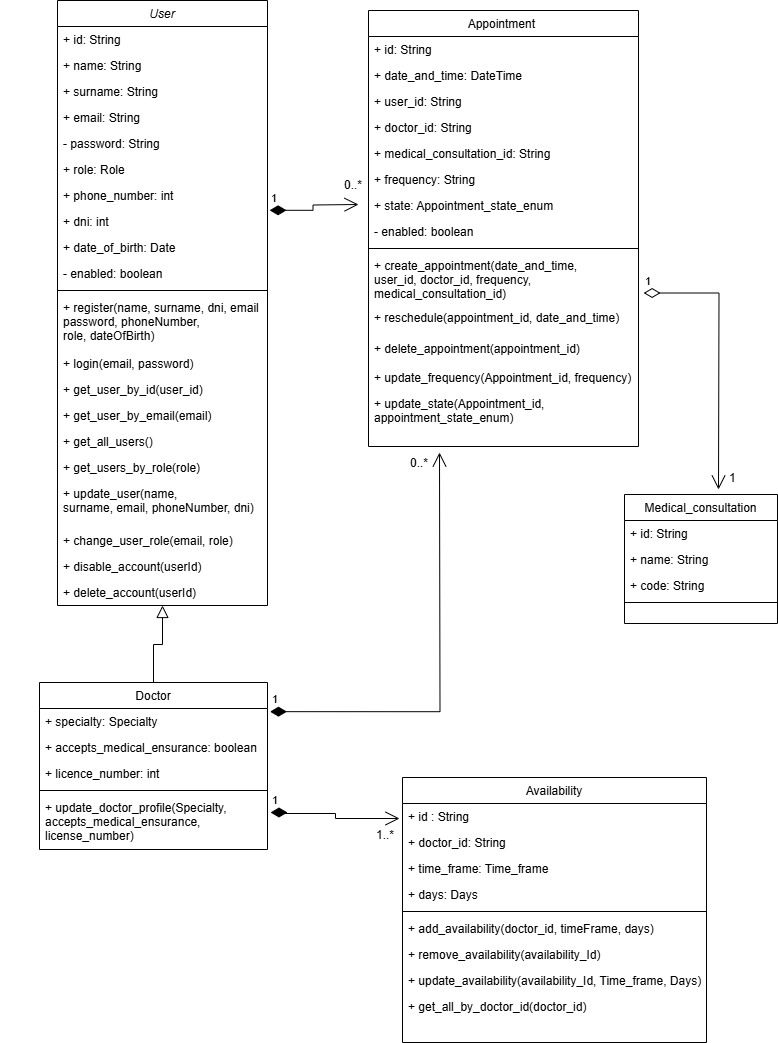
B-No-es-un-Numero/WappTurno-2doSemestre-2025 keeps this draw.io diagram as documents/Sprint2/Wappturno_Sprint2_DiagramaClases.drawio.png. Above is the earlier version. Source tidied: cells renumbered, new cells last; positions are measured from the earlier drawing's top-left corner, leaving out a move shared by most shapes.
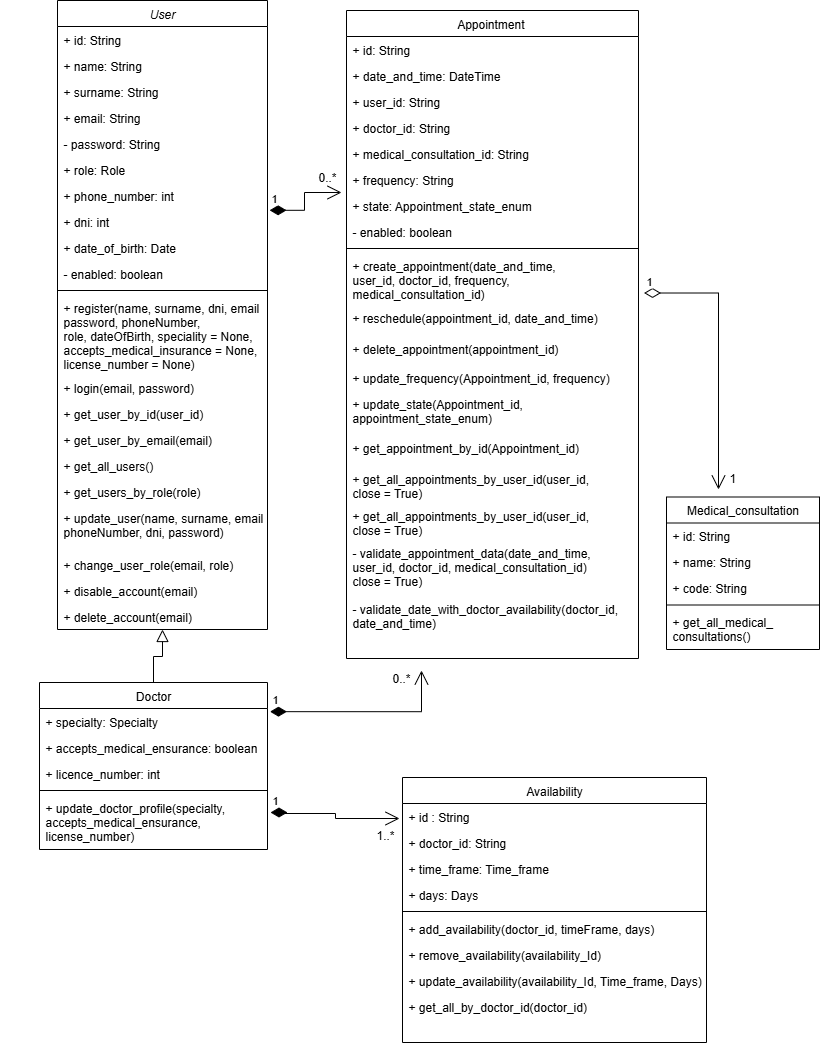
Above is the later version.

Commit message:
docs(DER, Class diagram, IEEE830)/32- updated docs for mvp

The edit, as a diff of the source:
```diff
@@ -3,7 +3,7 @@
     <mxCell id="0" />
     <mxCell id="1" parent="0" />
     <mxCell id="2" value="User" style="swimlane;fontStyle=2;align=center;verticalAlign=top;horizontal=1;startSize=26;rounded=0;shadow=0;strokeWidth=1;" parent="1" vertex="1">
-      <mxGeometry x="57" width="210" height="605" as="geometry" />
+      <mxGeometry x="57" width="210" height="629" as="geometry" />
     </mxCell>
     <mxCell id="3" value="+ id: String" style="text;align=left;verticalAlign=top;spacingLeft=4;spacingRight=4;overflow=hidden;" parent="2" vertex="1">
       <mxGeometry y="26" width="210" height="26" as="geometry" />
@@ -38,35 +38,35 @@
     <mxCell id="13" style="line;html=1;strokeWidth=1;align=left;verticalAlign=middle;spacingTop=-1;spacingLeft=3;spacingRight=3;labelPosition=right;" parent="2" vertex="1">
       <mxGeometry y="286" width="210" height="8" as="geometry" />
     </mxCell>
-    <mxCell id="14" value="+ register(name, surname, dni, email&#10;password, phoneNumber,&#10;role, dateOfBirth)&#10;" style="text;align=left;verticalAlign=top;spacingLeft=4;spacingRight=4;overflow=hidden;rounded=0;shadow=0;html=0;" parent="2" vertex="1">
-      <mxGeometry y="294" width="210" height="56" as="geometry" />
+    <mxCell id="14" value="+ register(name, surname, dni, email&#10;password, phoneNumber,&#10;role, dateOfBirth, speciality = None,&#10;accepts_medical_insurance = None, &#10;license_number = None)&#10;" style="text;align=left;verticalAlign=top;spacingLeft=4;spacingRight=4;overflow=hidden;rounded=0;shadow=0;html=0;" parent="2" vertex="1">
+      <mxGeometry y="294" width="210" height="80" as="geometry" />
     </mxCell>
     <mxCell id="15" value="+ login(email, password)&#10;" style="text;align=left;verticalAlign=top;spacingLeft=4;spacingRight=4;overflow=hidden;rounded=0;shadow=0;html=0;" parent="2" vertex="1">
-      <mxGeometry y="350" width="210" height="26" as="geometry" />
+      <mxGeometry y="374" width="210" height="26" as="geometry" />
     </mxCell>
     <mxCell id="16" value="+ get_user_by_id(user_id)" style="text;align=left;verticalAlign=top;spacingLeft=4;spacingRight=4;overflow=hidden;rounded=0;shadow=0;html=0;" parent="2" vertex="1">
-      <mxGeometry y="376" width="210" height="26" as="geometry" />
+      <mxGeometry y="400" width="210" height="26" as="geometry" />
     </mxCell>
     <mxCell id="17" value="+ get_user_by_email(email)" style="text;align=left;verticalAlign=top;spacingLeft=4;spacingRight=4;overflow=hidden;rounded=0;shadow=0;html=0;" parent="2" vertex="1">
-      <mxGeometry y="402" width="210" height="26" as="geometry" />
+      <mxGeometry y="426" width="210" height="26" as="geometry" />
     </mxCell>
     <mxCell id="18" value="+ get_all_users()" style="text;align=left;verticalAlign=top;spacingLeft=4;spacingRight=4;overflow=hidden;rounded=0;shadow=0;html=0;" parent="2" vertex="1">
-      <mxGeometry y="428" width="210" height="26" as="geometry" />
+      <mxGeometry y="452" width="210" height="26" as="geometry" />
     </mxCell>
     <mxCell id="19" value="+ get_users_by_role(role)" style="text;align=left;verticalAlign=top;spacingLeft=4;spacingRight=4;overflow=hidden;rounded=0;shadow=0;html=0;" parent="2" vertex="1">
-      <mxGeometry y="454" width="210" height="26" as="geometry" />
+      <mxGeometry y="478" width="210" height="26" as="geometry" />
     </mxCell>
-    <mxCell id="20" value="+ update_user(name, &#10;surname, email, phoneNumber, dni)" style="text;align=left;verticalAlign=top;spacingLeft=4;spacingRight=4;overflow=hidden;rounded=0;shadow=0;html=0;" parent="2" vertex="1">
-      <mxGeometry y="480" width="210" height="47" as="geometry" />
+    <mxCell id="20" value="+ update_user(name, surname, email,&#10;phoneNumber, dni, password)" style="text;align=left;verticalAlign=top;spacingLeft=4;spacingRight=4;overflow=hidden;rounded=0;shadow=0;html=0;" parent="2" vertex="1">
+      <mxGeometry y="504" width="210" height="47" as="geometry" />
     </mxCell>
     <mxCell id="21" value="+ change_user_role(email, role)" style="text;align=left;verticalAlign=top;spacingLeft=4;spacingRight=4;overflow=hidden;rounded=0;shadow=0;html=0;" parent="2" vertex="1">
-      <mxGeometry y="527" width="210" height="26" as="geometry" />
+      <mxGeometry y="551" width="210" height="26" as="geometry" />
     </mxCell>
-    <mxCell id="22" value="+ disable_account(userId)&#10;" style="text;align=left;verticalAlign=top;spacingLeft=4;spacingRight=4;overflow=hidden;rounded=0;shadow=0;html=0;" parent="2" vertex="1">
-      <mxGeometry y="553" width="210" height="26" as="geometry" />
+    <mxCell id="22" value="+ disable_account(email)&#10;" style="text;align=left;verticalAlign=top;spacingLeft=4;spacingRight=4;overflow=hidden;rounded=0;shadow=0;html=0;" parent="2" vertex="1">
+      <mxGeometry y="577" width="210" height="26" as="geometry" />
     </mxCell>
-    <mxCell id="23" value="+ delete_account(userId)&#10;" style="text;align=left;verticalAlign=top;spacingLeft=4;spacingRight=4;overflow=hidden;rounded=0;shadow=0;html=0;" parent="2" vertex="1">
-      <mxGeometry y="579" width="210" height="26" as="geometry" />
+    <mxCell id="23" value="+ delete_account(email)&#10;" style="text;align=left;verticalAlign=top;spacingLeft=4;spacingRight=4;overflow=hidden;rounded=0;shadow=0;html=0;" parent="2" vertex="1">
+      <mxGeometry y="603" width="210" height="26" as="geometry" />
     </mxCell>
     <mxCell id="24" value="Doctor" style="swimlane;fontStyle=0;align=center;verticalAlign=top;horizontal=1;startSize=26;rounded=0;shadow=0;strokeWidth=1;" parent="1" vertex="1">
       <mxGeometry x="39" y="682" width="228" height="167" as="geometry" />
@@ -83,59 +83,74 @@
     <mxCell id="28" style="line;html=1;strokeWidth=1;align=left;verticalAlign=middle;spacingTop=-1;spacingLeft=3;spacingRight=3;labelPosition=right;" parent="24" vertex="1">
       <mxGeometry y="104" width="228" height="8" as="geometry" />
     </mxCell>
-    <mxCell id="29" value="+ update_doctor_profile(Specialty, &#10;accepts_medical_ensurance,&#10;license_number)" style="text;align=left;verticalAlign=top;spacingLeft=4;spacingRight=4;overflow=hidden;rounded=0;shadow=0;html=0;" parent="24" vertex="1">
+    <mxCell id="29" value="+ update_doctor_profile(specialty, &#10;accepts_medical_ensurance,&#10;license_number)" style="text;align=left;verticalAlign=top;spacingLeft=4;spacingRight=4;overflow=hidden;rounded=0;shadow=0;html=0;" parent="24" vertex="1">
       <mxGeometry y="112" width="228" height="55" as="geometry" />
     </mxCell>
     <mxCell id="30" style="endArrow=block;endSize=10;endFill=0;shadow=0;strokeWidth=1;rounded=0;curved=0;edgeStyle=elbowEdgeStyle;elbow=vertical;" parent="1" edge="1" source="24" target="2">
       <mxGeometry relative="1" as="geometry" />
     </mxCell>
     <mxCell id="31" value="Appointment " style="swimlane;fontStyle=0;align=center;verticalAlign=top;horizontal=1;startSize=26;rounded=0;shadow=0;strokeWidth=1;" parent="1" vertex="1">
-      <mxGeometry x="368" y="10" width="270" height="436" as="geometry" />
+      <mxGeometry x="346" y="10" width="292" height="648" as="geometry" />
     </mxCell>
     <mxCell id="32" value="+ id: String" style="text;align=left;verticalAlign=top;spacingLeft=4;spacingRight=4;overflow=hidden;" parent="31" vertex="1">
-      <mxGeometry y="26" width="270" height="26" as="geometry" />
+      <mxGeometry y="26" width="292" height="26" as="geometry" />
     </mxCell>
     <mxCell id="33" value="+ date_and_time: DateTime" style="text;align=left;verticalAlign=top;spacingLeft=4;spacingRight=4;overflow=hidden;" parent="31" vertex="1">
-      <mxGeometry y="52" width="270" height="26" as="geometry" />
+      <mxGeometry y="52" width="292" height="26" as="geometry" />
     </mxCell>
     <mxCell id="34" value="+ user_id: String" style="text;align=left;verticalAlign=top;spacingLeft=4;spacingRight=4;overflow=hidden;rounded=0;shadow=0;html=0;" parent="31" vertex="1">
-      <mxGeometry y="78" width="270" height="26" as="geometry" />
+      <mxGeometry y="78" width="292" height="26" as="geometry" />
     </mxCell>
     <mxCell id="35" value="+ doctor_id: String" style="text;align=left;verticalAlign=top;spacingLeft=4;spacingRight=4;overflow=hidden;rounded=0;shadow=0;html=0;" parent="31" vertex="1">
-      <mxGeometry y="104" width="270" height="26" as="geometry" />
+      <mxGeometry y="104" width="292" height="26" as="geometry" />
     </mxCell>
     <mxCell id="36" value="+ medical_consultation_id: String" style="text;align=left;verticalAlign=top;spacingLeft=4;spacingRight=4;overflow=hidden;rounded=0;shadow=0;html=0;" parent="31" vertex="1">
-      <mxGeometry y="130" width="270" height="26" as="geometry" />
+      <mxGeometry y="130" width="292" height="26" as="geometry" />
     </mxCell>
     <mxCell id="37" value="+ frequency: String" style="text;align=left;verticalAlign=top;spacingLeft=4;spacingRight=4;overflow=hidden;rounded=0;shadow=0;html=0;" parent="31" vertex="1">
-      <mxGeometry y="156" width="270" height="26" as="geometry" />
+      <mxGeometry y="156" width="292" height="26" as="geometry" />
     </mxCell>
     <mxCell id="38" value="+ state: Appointment_state_enum" style="text;align=left;verticalAlign=top;spacingLeft=4;spacingRight=4;overflow=hidden;rounded=0;shadow=0;html=0;" parent="31" vertex="1">
-      <mxGeometry y="182" width="270" height="26" as="geometry" />
+      <mxGeometry y="182" width="292" height="26" as="geometry" />
     </mxCell>
     <mxCell id="39" value="- enabled: boolean" style="text;align=left;verticalAlign=top;spacingLeft=4;spacingRight=4;overflow=hidden;rounded=0;shadow=0;html=0;" parent="31" vertex="1">
-      <mxGeometry y="208" width="270" height="26" as="geometry" />
+      <mxGeometry y="208" width="292" height="26" as="geometry" />
     </mxCell>
     <mxCell id="40" style="line;html=1;strokeWidth=1;align=left;verticalAlign=middle;spacingTop=-1;spacingLeft=3;spacingRight=3;labelPosition=right;" parent="31" vertex="1">
-      <mxGeometry y="234" width="270" height="8" as="geometry" />
+      <mxGeometry y="234" width="292" height="8" as="geometry" />
     </mxCell>
     <mxCell id="41" value="+ create_appointment(date_and_time,&#10;user_id, doctor_id, frequency,&#10;medical_consultation_id)&#10;&#10;" style="text;align=left;verticalAlign=top;spacingLeft=4;spacingRight=4;overflow=hidden;points=[[0,0.5],[1,0.5]];portConstraint=eastwest;rounded=0;shadow=0;html=0;" parent="31" vertex="1">
-      <mxGeometry y="242" width="270" height="52" as="geometry" />
+      <mxGeometry y="242" width="292" height="52" as="geometry" />
     </mxCell>
     <mxCell id="42" value="+ reschedule(appointment_id, date_and_time)" style="text;align=left;verticalAlign=top;spacingLeft=4;spacingRight=4;overflow=hidden;rounded=0;shadow=0;html=0;" parent="31" vertex="1">
-      <mxGeometry y="294" width="270" height="31" as="geometry" />
+      <mxGeometry y="294" width="292" height="31" as="geometry" />
     </mxCell>
     <mxCell id="43" value="+ delete_appointment(appointment_id)&#10;" style="text;align=left;verticalAlign=top;spacingLeft=4;spacingRight=4;overflow=hidden;rounded=0;shadow=0;html=0;" parent="31" vertex="1">
-      <mxGeometry y="325" width="270" height="29" as="geometry" />
+      <mxGeometry y="325" width="292" height="29" as="geometry" />
     </mxCell>
     <mxCell id="44" value="+ update_frequency(Appointment_id, frequency)&#10;" style="text;align=left;verticalAlign=top;spacingLeft=4;spacingRight=4;overflow=hidden;rounded=0;shadow=0;html=0;" parent="31" vertex="1">
-      <mxGeometry y="354" width="270" height="26" as="geometry" />
+      <mxGeometry y="354" width="292" height="26" as="geometry" />
     </mxCell>
     <mxCell id="45" value="+ update_state(Appointment_id,&#10;appointment_state_enum)" style="text;align=left;verticalAlign=top;spacingLeft=4;spacingRight=4;overflow=hidden;rounded=0;shadow=0;html=0;" parent="31" vertex="1">
-      <mxGeometry y="380" width="270" height="44" as="geometry" />
+      <mxGeometry y="380" width="292" height="44" as="geometry" />
     </mxCell>
+    <mxCell id="70" value="+ get_appointment_by_id(Appointment_id)" style="text;align=left;verticalAlign=top;spacingLeft=4;spacingRight=4;overflow=hidden;rounded=0;shadow=0;html=0;" parent="31" vertex="1">
+      <mxGeometry y="424" width="292" height="31" as="geometry" />
+    </mxCell>
+    <mxCell id="71" value="+ get_all_appointments_by_user_id(user_id, &#10;close = True)" style="text;align=left;verticalAlign=top;spacingLeft=4;spacingRight=4;overflow=hidden;rounded=0;shadow=0;html=0;" parent="31" vertex="1">
+      <mxGeometry y="455" width="292" height="37" as="geometry" />
+    </mxCell>
+    <mxCell id="72" value="+ get_all_appointments_by_user_id(user_id, &#10;close = True)" style="text;align=left;verticalAlign=top;spacingLeft=4;spacingRight=4;overflow=hidden;rounded=0;shadow=0;html=0;" parent="31" vertex="1">
+      <mxGeometry y="492" width="292" height="37" as="geometry" />
+    </mxCell>
+    <mxCell id="73" value="- validate_appointment_data(date_and_time,&#10;user_id, doctor_id, medical_consultation_id)&#10;close = True)" style="text;align=left;verticalAlign=top;spacingLeft=4;spacingRight=4;overflow=hidden;rounded=0;shadow=0;html=0;" parent="31" vertex="1">
+      <mxGeometry y="529" width="292" height="56" as="geometry" />
+    </mxCell>
+    <mxCell id="74" value="- validate_date_with_doctor_availability(doctor_id,&#10;date_and_time)" style="text;align=left;verticalAlign=top;spacingLeft=4;spacingRight=4;overflow=hidden;rounded=0;shadow=0;html=0;" parent="31" vertex="1">
+      <mxGeometry y="585" width="292" height="56" as="geometry" />
+    </mxCell>
     <mxCell id="46" value="Medical_consultation&#10;" style="swimlane;fontStyle=0;align=center;verticalAlign=top;horizontal=1;startSize=26;rounded=0;shadow=0;strokeWidth=1;" parent="1" vertex="1">
-      <mxGeometry x="624" y="494" width="153" height="129" as="geometry" />
+      <mxGeometry x="666" y="496.5" width="153" height="152.5" as="geometry" />
     </mxCell>
     <mxCell id="47" value="+ id: String" style="text;align=left;verticalAlign=top;spacingLeft=4;spacingRight=4;overflow=hidden;" parent="46" vertex="1">
       <mxGeometry y="26" width="153" height="26" as="geometry" />
@@ -149,6 +164,9 @@
     <mxCell id="50" style="line;html=1;strokeWidth=1;align=left;verticalAlign=middle;spacingTop=-1;spacingLeft=3;spacingRight=3;labelPosition=right;" parent="46" vertex="1">
       <mxGeometry y="104" width="153" height="8" as="geometry" />
     </mxCell>
+    <mxCell id="75" value="+ get_all_medical_&#10;consultations()" style="text;align=left;verticalAlign=top;spacingLeft=4;spacingRight=4;overflow=hidden;rounded=0;shadow=0;html=0;" parent="46" vertex="1">
+      <mxGeometry y="112" width="153" height="37" as="geometry" />
+    </mxCell>
     <mxCell id="51" style="align=right;verticalAlign=bottom;labelBackgroundColor=none;fontSize=12;" parent="1" vertex="1">
       <mxGeometry y="584" width="210" as="geometry">
         <mxPoint x="-23" y="321" as="offset" />
@@ -156,19 +174,19 @@
     </mxCell>
     <mxCell id="52" value="1" style="endArrow=open;html=1;endSize=12;startArrow=diamondThin;startSize=14;startFill=1;edgeStyle=orthogonalEdgeStyle;align=left;verticalAlign=bottom;rounded=0;exitX=1.01;exitY=1.069;exitDx=0;exitDy=0;exitPerimeter=0;" parent="1" edge="1" source="9">
       <mxGeometry x="-1" y="3" relative="1" as="geometry">
-        <mxPoint x="358" y="204" as="targetPoint" />
+        <mxPoint x="341" y="192" as="targetPoint" />
       </mxGeometry>
     </mxCell>
     <mxCell id="53" value="0..*" style="align=left;verticalAlign=bottom;labelBackgroundColor=none;fontSize=12;" parent="1" vertex="1">
-      <mxGeometry x="342" y="193" as="geometry" />
+      <mxGeometry x="316" y="185" as="geometry" />
     </mxCell>
     <mxCell id="54" value="1" style="endArrow=open;html=1;endSize=12;startArrow=diamondThin;startSize=14;startFill=1;edgeStyle=orthogonalEdgeStyle;align=left;verticalAlign=bottom;rounded=0;exitX=1.011;exitY=0.122;exitDx=0;exitDy=0;exitPerimeter=0;" parent="1" edge="1" source="25">
       <mxGeometry x="-1" y="3" relative="1" as="geometry">
-        <mxPoint x="439" y="452" as="targetPoint" />
+        <mxPoint x="421" y="670" as="targetPoint" />
       </mxGeometry>
     </mxCell>
     <mxCell id="55" value="0..*" style="align=left;verticalAlign=bottom;labelBackgroundColor=none;fontSize=12;" parent="1" vertex="1">
-      <mxGeometry x="402" y="483" as="geometry">
+      <mxGeometry x="384" y="698" as="geometry">
         <mxPoint x="6" y="-12" as="offset" />
       </mxGeometry>
     </mxCell>
```
